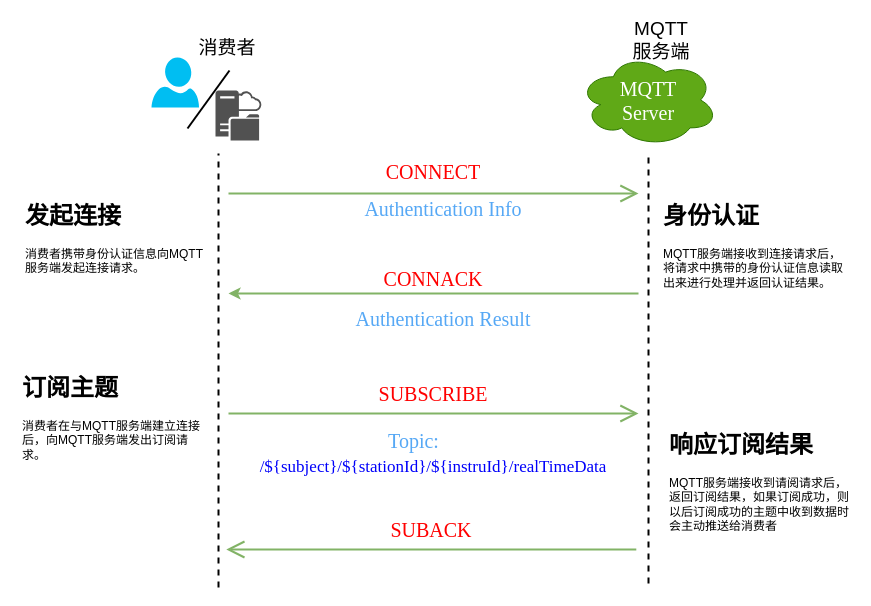
Earlier version of the draw.io diagram page "第 2 页" (2 of 5) of drawio/mqtt-auth.drawio (raingnight/Blog_Pic). Source tidied: cells renumbered, new cells numbered last; positions are measured from the earlier drawing's top-left corner, leaving out a move shared by most shapes. Both pictures are drawn from the tidied source at 100%, with x=0, y=0 at pixel (17, 25).
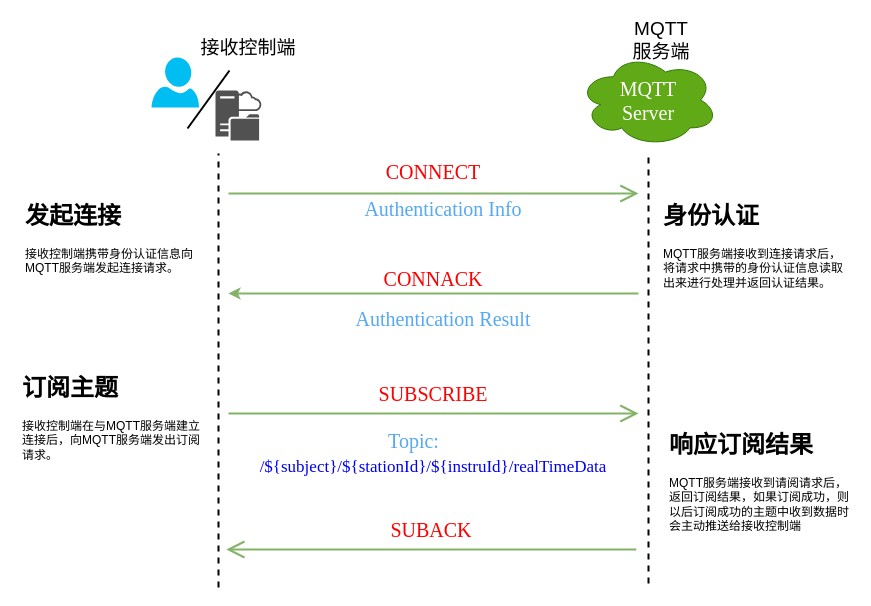
The same page after the edit.

Diff of the diagram source:
```diff
@@
-    <mxCell id="9" value="消费者" style="text;html=1;strokeColor=none;fillColor=none;align=center;verticalAlign=middle;whiteSpace=wrap;rounded=0;fontSize=19;" parent="1" vertex="1">
-      <mxGeometry x="180" y="8" width="60" height="30" as="geometry" />
+    <mxCell id="9" value="接收控制端" style="text;html=1;strokeColor=none;fillColor=none;align=center;verticalAlign=middle;whiteSpace=wrap;rounded=0;fontSize=19;" parent="1" vertex="1">
+      <mxGeometry x="180" y="8" width="102" height="30" as="geometry" />
     </mxCell>
@@
-    <mxCell id="20" value="&lt;h1&gt;发起连接&lt;/h1&gt;&lt;p&gt;消费者携带身份认证信息向MQTT服务端发起连接请求。&lt;/p&gt;" style="text;html=1;strokeColor=none;fillColor=none;spacing=5;spacingTop=-20;whiteSpace=wrap;overflow=hidden;rounded=0;" parent="1" vertex="1">
+    <mxCell id="20" value="&lt;h1&gt;发起连接&lt;/h1&gt;&lt;p&gt;接收控制端携带身份认证信息向MQTT服务端发起连接请求。&lt;/p&gt;" style="text;html=1;strokeColor=none;fillColor=none;spacing=5;spacingTop=-20;whiteSpace=wrap;overflow=hidden;rounded=0;" parent="1" vertex="1">
       <mxGeometry x="3" y="171" width="190" height="87" as="geometry" />
     </mxCell>
@@
-    <mxCell id="22" value="&lt;h1&gt;订阅主题&lt;/h1&gt;&lt;p&gt;消费者在与MQTT服务端建立连接后，向MQTT服务端发出订阅请求。&lt;/p&gt;" style="text;html=1;strokeColor=none;fillColor=none;spacing=5;spacingTop=-20;whiteSpace=wrap;overflow=hidden;rounded=0;" parent="1" vertex="1">
+    <mxCell id="22" value="&lt;h1&gt;订阅主题&lt;/h1&gt;&lt;p&gt;接收控制端在与MQTT服务端建立连接后，向MQTT服务端发出订阅请求。&lt;/p&gt;" style="text;html=1;strokeColor=none;fillColor=none;spacing=5;spacingTop=-20;whiteSpace=wrap;overflow=hidden;rounded=0;" parent="1" vertex="1">
       <mxGeometry y="343" width="190" height="103" as="geometry" />
     </mxCell>
@@
-    <mxCell id="25" value="&lt;h1&gt;响应订阅结果&lt;/h1&gt;&lt;p&gt;MQTT服务端接收到请阅请求后，返回订阅结果，如果订阅成功，则以后订阅成功的主题中收到数据时会主动推送给消费者&lt;/p&gt;" style="text;html=1;strokeColor=none;fillColor=none;spacing=5;spacingTop=-20;whiteSpace=wrap;overflow=hidden;rounded=0;" parent="1" vertex="1">
+    <mxCell id="25" value="&lt;h1&gt;响应订阅结果&lt;/h1&gt;&lt;p&gt;MQTT服务端接收到请阅请求后，返回订阅结果，如果订阅成功，则以后订阅成功的主题中收到数据时会主动推送给接收控制端&lt;/p&gt;" style="text;html=1;strokeColor=none;fillColor=none;spacing=5;spacingTop=-20;whiteSpace=wrap;overflow=hidden;rounded=0;" parent="1" vertex="1">
       <mxGeometry x="647" y="400" width="190" height="114" as="geometry" />
     </mxCell>
```
